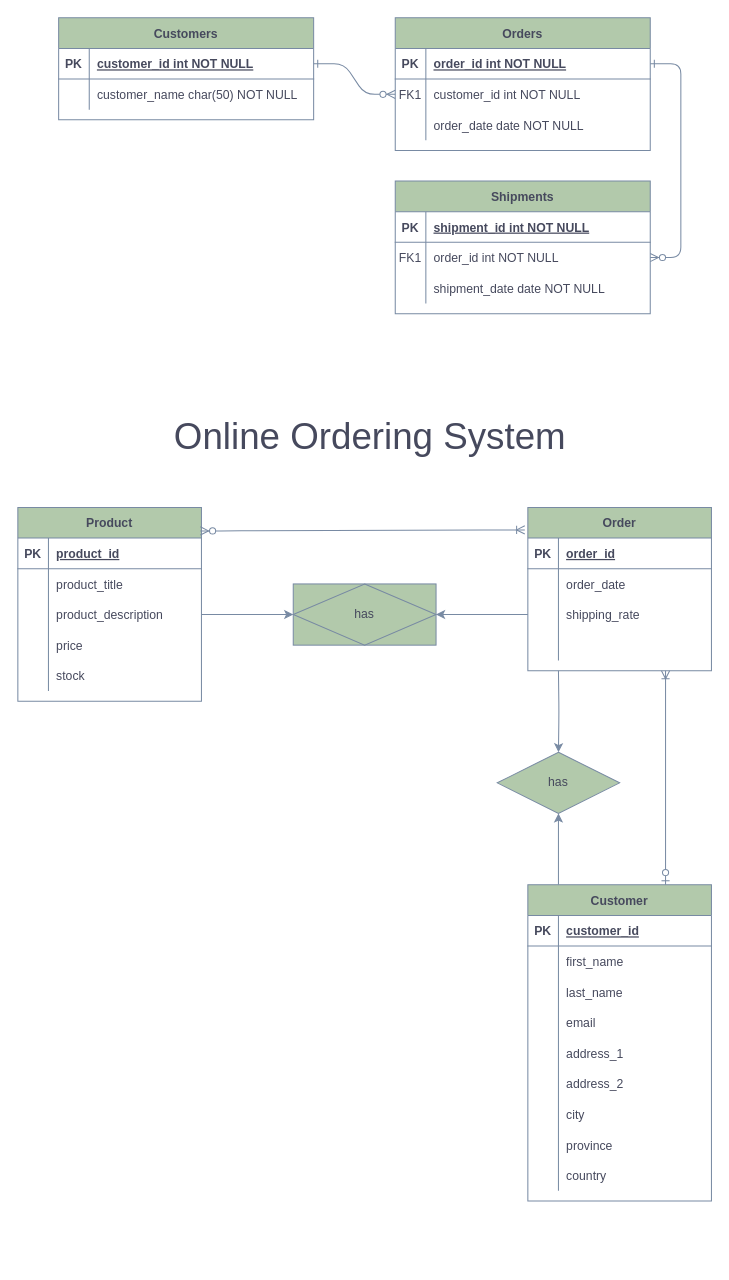
bloomkaboom/pos-dev keeps this draw.io diagram as POS-Diagram.drawio. Above is the earlier version. Source tidied: cells renumbered, new cells numbered last; positions are measured from the earlier drawing's top-left corner, leaving out a move shared by most shapes. Both pictures are drawn from the tidied source at 102%, with x=0, y=0 at pixel (17, 17).
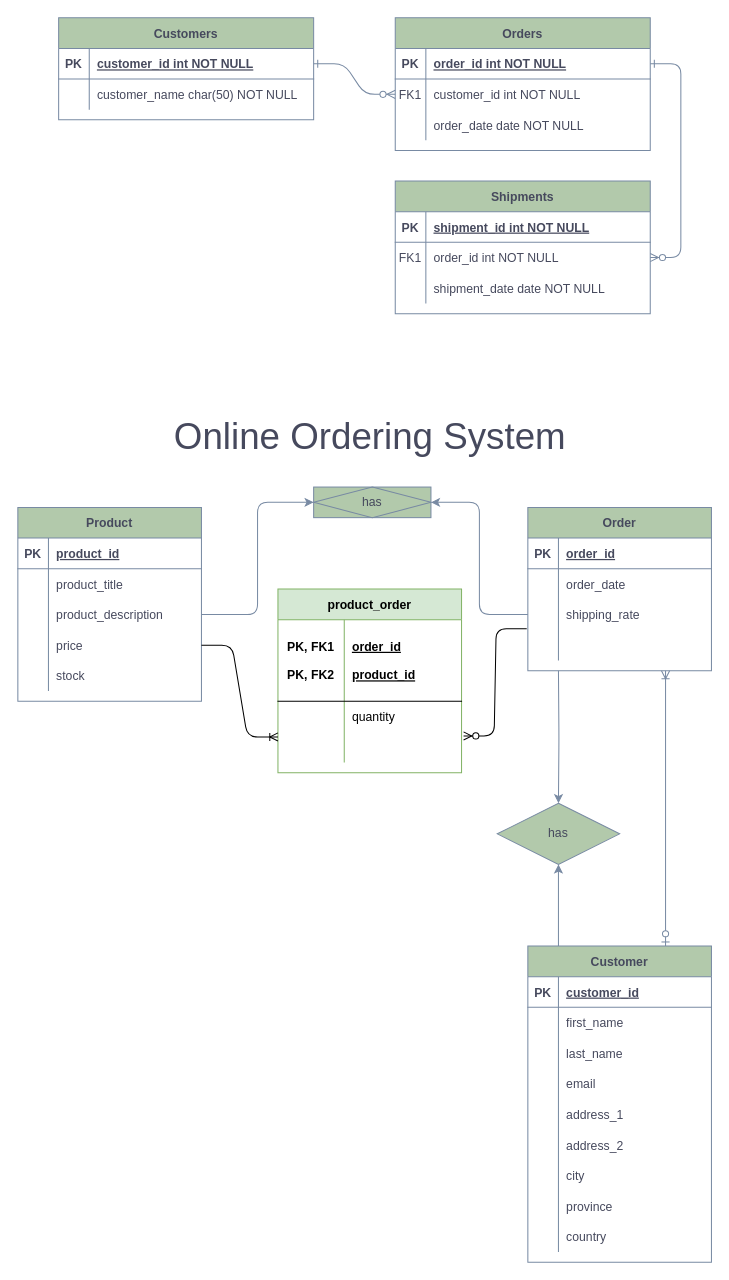
The same diagram, later.

The change refers to these unchanged cells:
```xml
<mxCell id="31" value="Product" style="shape=table;startSize=30;childLayout=tableLayout;rowLines=0;fontStyle=1;align=center;fillColor=#B2C9AB;strokeColor=#788AA3;fontColor=#46495D;" parent="1" vertex="1">
  <mxGeometry y="480" width="180" height="190" as="geometry" />
</mxCell>
<mxCell id="41" style="shape=partialRectangle;fillColor=none;top=0;left=0;bottom=0;right=0;points=[[0,0.5],[1,0.5]];portConstraint=eastwest;strokeColor=#788AA3;fontColor=#46495D;" parent="31" vertex="1">
  <mxGeometry y="120" width="180" height="30" as="geometry" />
</mxCell>
<mxCell id="58" style="shape=partialRectangle;fillColor=none;top=0;left=0;bottom=0;right=0;points=[[0,0.5],[1,0.5]];portConstraint=eastwest;strokeColor=#788AA3;fontColor=#46495D;" parent="48" vertex="1">
  <mxGeometry y="120" width="180" height="30" as="geometry" />
</mxCell>
```

What changed in the source:
```diff
@@
     <mxCell id="62" value="Customer" style="shape=table;startSize=30;childLayout=tableLayout;rowLines=0;fontStyle=1;align=center;fillColor=#B2C9AB;strokeColor=#788AA3;fontColor=#46495D;" parent="1" vertex="1">
-      <mxGeometry x="500" y="850" width="180" height="310" as="geometry" />
+      <mxGeometry x="500" y="910" width="180" height="310" as="geometry" />
     </mxCell>
@@
     <mxCell id="91" value="has" style="shape=rhombus;perimeter=rhombusPerimeter;whiteSpace=wrap;html=1;align=center;rounded=0;sketch=0;strokeColor=#788AA3;fillColor=#B2C9AB;fontColor=#46495D;" parent="1" vertex="1">
-      <mxGeometry x="470" y="720" width="120" height="60" as="geometry" />
+      <mxGeometry x="470" y="770" width="120" height="60" as="geometry" />
     </mxCell>
@@
     <mxCell id="94" value="has" style="shape=associativeEntity;whiteSpace=wrap;html=1;align=center;rounded=0;sketch=0;strokeColor=#788AA3;fillColor=#B2C9AB;fontColor=#46495D;" parent="1" vertex="1">
-      <mxGeometry x="270" y="555" width="140" height="60" as="geometry" />
+      <mxGeometry x="290" y="460" width="115" height="30" as="geometry" />
     </mxCell>
@@
-    <mxCell id="96" style="edgeStyle=entityRelationEdgeStyle;fontSize=12;html=1;endArrow=ERoneToMany;startArrow=ERzeroToMany;strokeColor=#788AA3;fillColor=#B2C9AB;exitX=0.994;exitY=0.121;exitDx=0;exitDy=0;exitPerimeter=0;fontColor=#46495D;" parent="1" edge="1" source="31">
-      <mxGeometry relative="1" as="geometry">
-        <mxPoint x="497" y="502" as="targetPoint" />
-      </mxGeometry>
-    </mxCell>
+    <mxCell id="97" value="product_order" style="shape=table;startSize=30;childLayout=tableLayout;rowLines=0;fontStyle=1;align=center;fillColor=#d5e8d4;strokeColor=#82b366;" parent="1" vertex="1">
+      <mxGeometry x="255" y="560" width="180" height="180" as="geometry" />
+    </mxCell>
+    <mxCell id="98" style="shape=partialRectangle;fillColor=none;top=0;left=0;bottom=1;right=0;" parent="97" vertex="1">
+      <mxGeometry y="30" width="180" height="80" as="geometry" />
+    </mxCell>
+    <mxCell id="99" value="PK, FK1&#10;&#10;PK, FK2" style="shape=partialRectangle;fillColor=none;top=0;left=0;bottom=0;right=0;fontStyle=1;overflow=hidden;" parent="98" vertex="1">
+      <mxGeometry width="65" height="80" as="geometry" />
+    </mxCell>
+    <mxCell id="100" value="order_id&#10;&#10;product_id" style="shape=partialRectangle;fillColor=none;top=0;left=0;bottom=0;right=0;align=left;spacingLeft=6;fontStyle=5;overflow=hidden;" parent="98" vertex="1">
+      <mxGeometry x="65" width="115" height="80" as="geometry" />
+    </mxCell>
+    <mxCell id="101" style="shape=partialRectangle;fillColor=none;top=0;left=0;bottom=0;right=0;" parent="97" vertex="1">
+      <mxGeometry y="110" width="180" height="30" as="geometry" />
+    </mxCell>
+    <mxCell id="102" style="shape=partialRectangle;fillColor=none;top=0;left=0;bottom=0;right=0;overflow=hidden;" parent="101" vertex="1">
+      <mxGeometry width="65" height="30" as="geometry" />
+    </mxCell>
+    <mxCell id="103" value="quantity" style="shape=partialRectangle;fillColor=none;top=0;left=0;bottom=0;right=0;align=left;spacingLeft=6;overflow=hidden;" parent="101" vertex="1">
+      <mxGeometry x="65" width="115" height="30" as="geometry" />
+    </mxCell>
+    <mxCell id="104" style="shape=partialRectangle;fillColor=none;top=0;left=0;bottom=0;right=0;points=[[0,0.5],[1,0.5]];portConstraint=eastwest;" parent="97" vertex="1">
+      <mxGeometry y="140" width="180" height="30" as="geometry" />
+    </mxCell>
+    <mxCell id="105" style="shape=partialRectangle;fillColor=none;top=0;left=0;bottom=0;right=0;overflow=hidden;" parent="104" vertex="1">
+      <mxGeometry width="65" height="30" as="geometry" />
+    </mxCell>
+    <mxCell id="106" style="shape=partialRectangle;fillColor=none;top=0;left=0;bottom=0;right=0;align=left;spacingLeft=6;overflow=hidden;" parent="104" vertex="1">
+      <mxGeometry x="65" width="115" height="30" as="geometry" />
+    </mxCell>
+    <mxCell id="107" style="edgeStyle=entityRelationEdgeStyle;fontSize=12;html=1;endArrow=ERoneToMany;entryX=0;entryY=0.167;entryDx=0;entryDy=0;entryPerimeter=0;exitX=1;exitY=0.5;exitDx=0;exitDy=0;" parent="1" edge="1" source="41" target="104">
+      <mxGeometry relative="1" as="geometry" />
+    </mxCell>
+    <mxCell id="108" style="edgeStyle=entityRelationEdgeStyle;fontSize=12;html=1;endArrow=ERzeroToMany;endFill=1;exitX=-0.006;exitY=-0.033;exitDx=0;exitDy=0;exitPerimeter=0;entryX=1.011;entryY=0.133;entryDx=0;entryDy=0;entryPerimeter=0;" parent="1" edge="1" source="58" target="104">
+      <mxGeometry relative="1" as="geometry" />
+    </mxCell>
```
